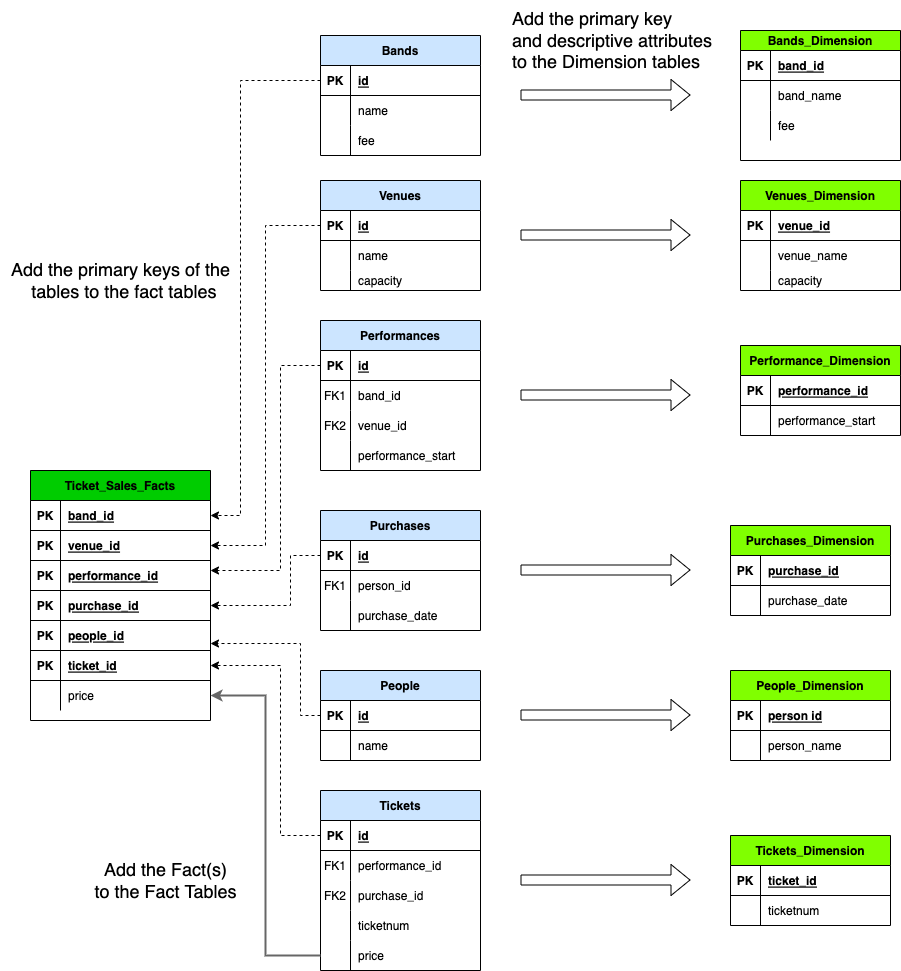
This is docs/presentations/dimensional_modeling/images/DimensionalTransform.drawio.png from chipzx92/DataEngineeringI320, a draw.io export, as it was before one commit. Source tidied: cells renumbered, new cells last; positions are measured from the earlier drawing's top-left corner, leaving out a move shared by most shapes.
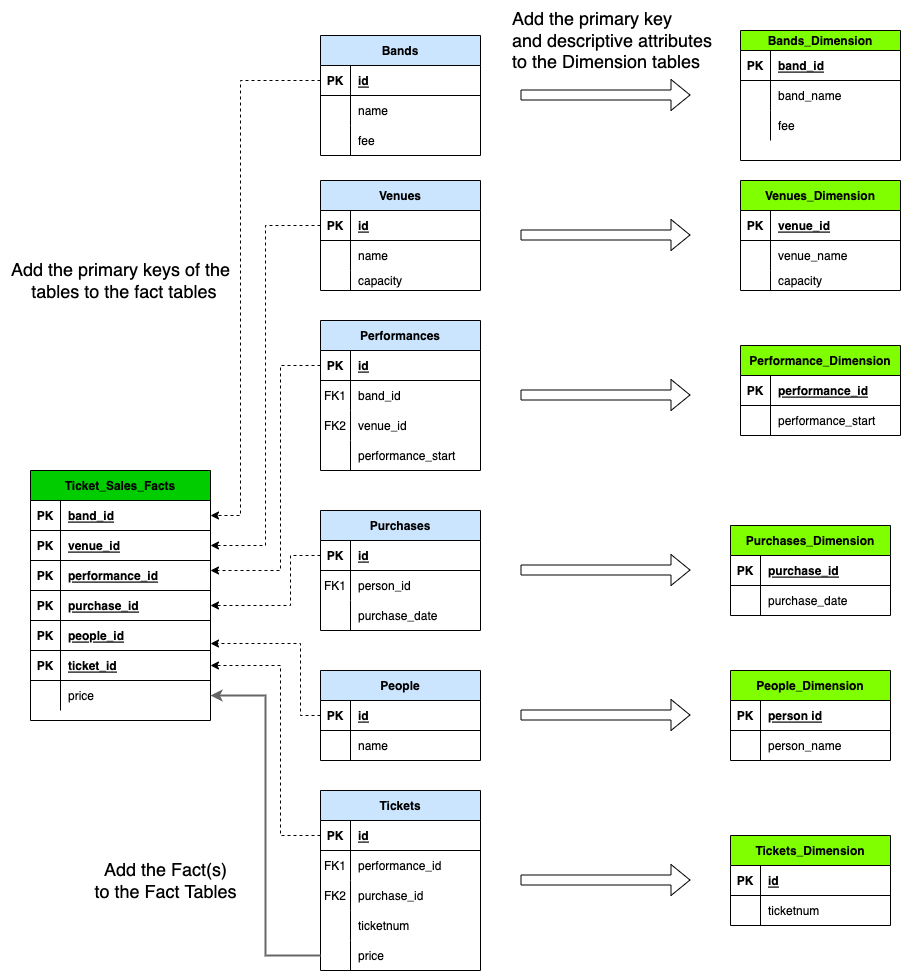
Above is the later version.

What changed in the source:
```diff
@@ -308,7 +308,7 @@
     <mxCell id="100" value="PK" style="shape=partialRectangle;fillColor=none;top=0;left=0;bottom=0;right=0;fontStyle=1;overflow=hidden;" parent="99" vertex="1">
       <mxGeometry width="30" height="30" as="geometry" />
     </mxCell>
-    <mxCell id="101" value="ticket_id" style="shape=partialRectangle;fillColor=none;top=0;left=0;bottom=0;right=0;align=left;spacingLeft=6;fontStyle=5;overflow=hidden;" parent="99" vertex="1">
+    <mxCell id="101" value="id" style="shape=partialRectangle;fillColor=none;top=0;left=0;bottom=0;right=0;align=left;spacingLeft=6;fontStyle=5;overflow=hidden;" parent="99" vertex="1">
       <mxGeometry x="30" width="130" height="30" as="geometry" />
     </mxCell>
     <mxCell id="102" style="shape=tableRow;horizontal=0;startSize=0;swimlaneHead=0;swimlaneBody=0;fillColor=none;top=0;left=0;right=0;bottom=0;" parent="98" vertex="1">
```
